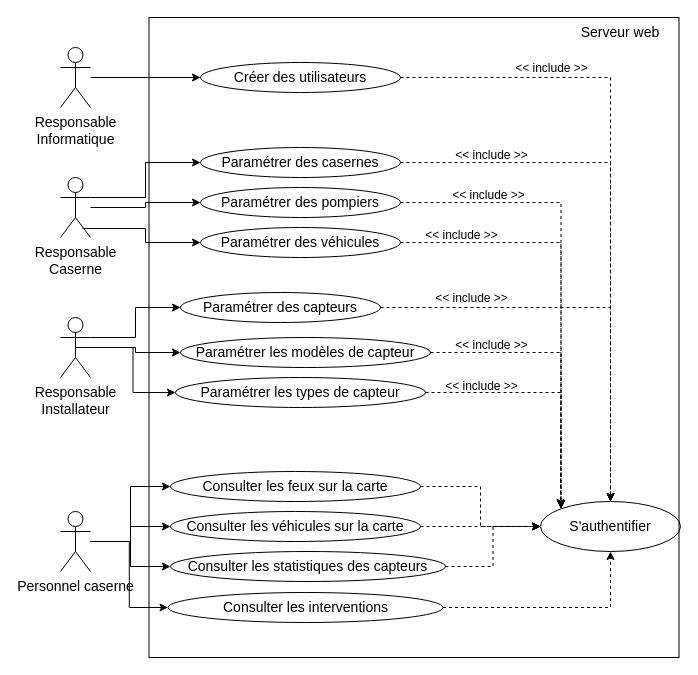
Before: Conception/Cas d'utilisation.drawio in GOROVSKY/projet-scientifique, a draw.io diagram. Source tidied: cells renumbered, new cells numbered last; positions are measured from the earlier drawing's top-left corner, leaving out a move shared by most shapes. Both pictures are drawn from the tidied source at 100%, with x=0, y=0 at pixel (60, 17).
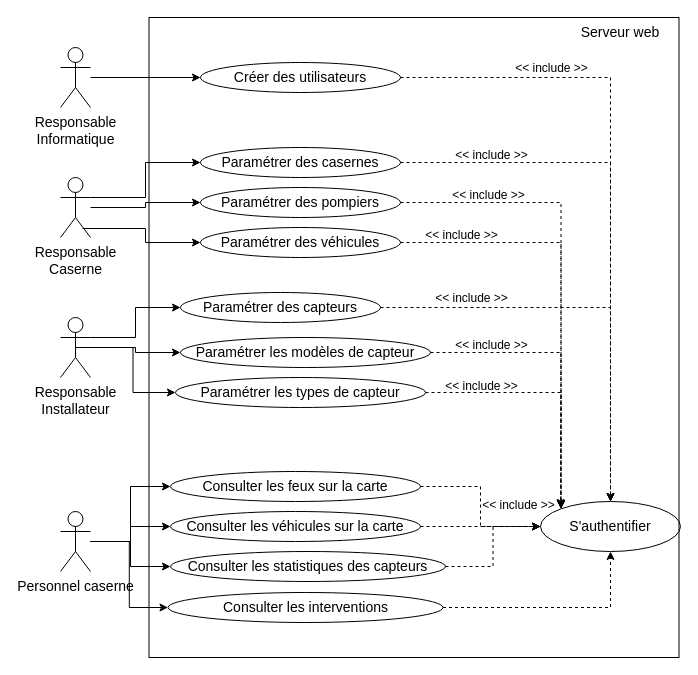
The same page after the edit.

Commit message (it also covers changes not shown here):
sequence diagram modified

Change to the diagram source:
```diff
@@
+    <mxCell id="50" value="&lt;font style=&quot;font-size: 12px;&quot;&gt;&amp;lt;&amp;lt; include &amp;gt;&amp;gt;&lt;br style=&quot;font-size: 12px;&quot;&gt;&lt;/font&gt;" style="edgeLabel;html=1;align=center;verticalAlign=middle;fontSize=12;labelBackgroundColor=none;" parent="1" vertex="1">
+      <mxGeometry x="457" y="487" as="geometry" />
+    </mxCell>
```
